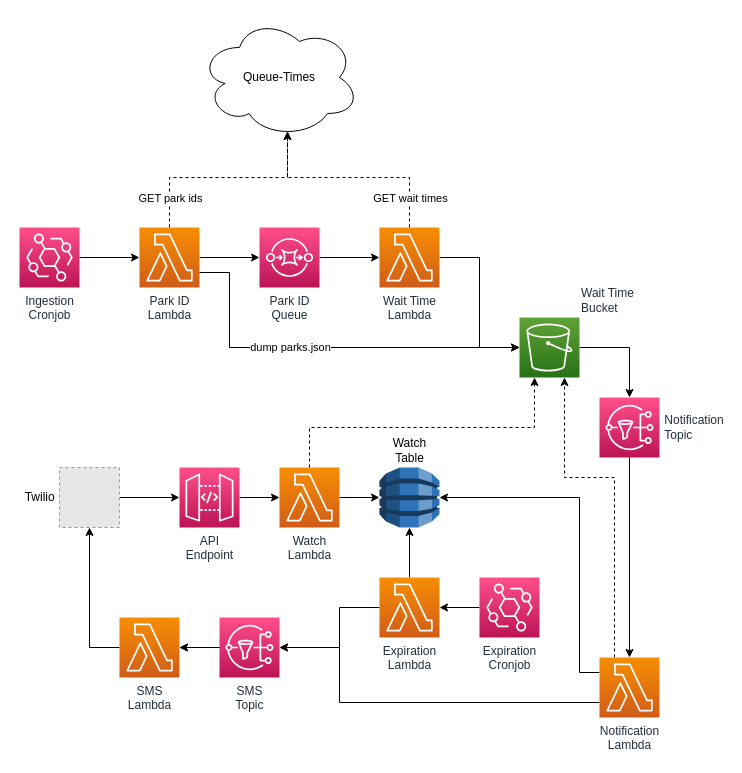
This is docs/chaindog.drawio from caseyjohnsonwv/chaindog, a draw.io file, before an edit. Source tidied: cells renumbered, new cells numbered last; positions are measured from the earlier drawing's top-left corner, leaving out a move shared by most shapes. Both pictures are drawn from the tidied source at 100%, with x=0, y=0 at pixel (19, 17). Pictures stored in the file or linked from it are replaced by grey dashed boxes.
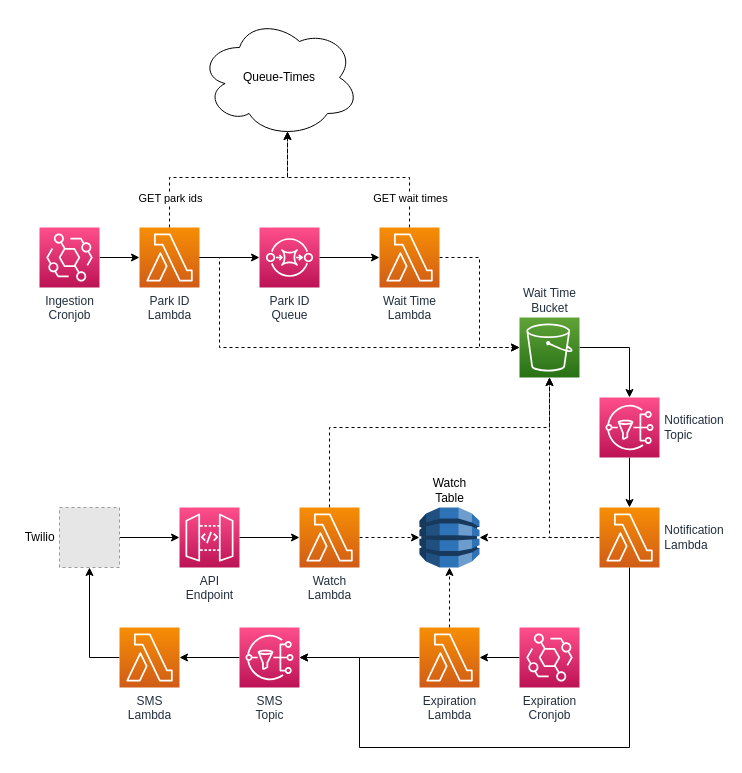
After the change.

The change refers to these unchanged cells:
```xml
<mxCell id="13" value="Park ID&lt;br&gt;Lambda" style="sketch=0;points=[[0,0,0],[0.25,0,0],[0.5,0,0],[0.75,0,0],[1,0,0],[0,1,0],[0.25,1,0],[0.5,1,0],[0.75,1,0],[1,1,0],[0,0.25,0],[0,0.5,0],[0,0.75,0],[1,0.25,0],[1,0.5,0],[1,0.75,0]];outlineConnect=0;fontColor=#232F3E;gradientColor=#F78E04;gradientDirection=north;fillColor=#D05C17;strokeColor=#ffffff;dashed=0;verticalLabelPosition=bottom;verticalAlign=top;align=center;html=1;fontSize=12;fontStyle=0;shape=mxgraph.aws4.resourceIcon;resIcon=mxgraph.aws4.lambda;strokeWidth=5;" parent="1" vertex="1">
  <mxGeometry x="120" y="210" width="60" height="60" as="geometry" />
</mxCell>
<mxCell id="18" value="Wait Time&lt;br&gt;Lambda" style="sketch=0;points=[[0,0,0],[0.25,0,0],[0.5,0,0],[0.75,0,0],[1,0,0],[0,1,0],[0.25,1,0],[0.5,1,0],[0.75,1,0],[1,1,0],[0,0.25,0],[0,0.5,0],[0,0.75,0],[1,0.25,0],[1,0.5,0],[1,0.75,0]];outlineConnect=0;fontColor=#232F3E;gradientColor=#F78E04;gradientDirection=north;fillColor=#D05C17;strokeColor=#ffffff;dashed=0;verticalLabelPosition=bottom;verticalAlign=top;align=center;html=1;fontSize=12;fontStyle=0;shape=mxgraph.aws4.resourceIcon;resIcon=mxgraph.aws4.lambda;strokeWidth=5;" parent="1" vertex="1">
  <mxGeometry x="360" y="210" width="60" height="60" as="geometry" />
</mxCell>
```

Change to the diagram source:
```diff
@@
-    <mxCell id="4" value="Wait Time&lt;br&gt;Bucket" style="sketch=0;points=[[0,0,0],[0.25,0,0],[0.5,0,0],[0.75,0,0],[1,0,0],[0,1,0],[0.25,1,0],[0.5,1,0],[0.75,1,0],[1,1,0],[0,0.25,0],[0,0.5,0],[0,0.75,0],[1,0.25,0],[1,0.5,0],[1,0.75,0]];outlineConnect=0;fontColor=#232F3E;gradientColor=#60A337;gradientDirection=north;fillColor=#277116;strokeColor=#ffffff;dashed=0;verticalLabelPosition=top;verticalAlign=bottom;align=left;html=1;fontSize=12;fontStyle=0;shape=mxgraph.aws4.resourceIcon;resIcon=mxgraph.aws4.s3;labelPosition=right;strokeWidth=5;" parent="1" vertex="1">
+    <mxCell id="4" value="Wait Time&lt;br&gt;Bucket" style="sketch=0;points=[[0,0,0],[0.25,0,0],[0.5,0,0],[0.75,0,0],[1,0,0],[0,1,0],[0.25,1,0],[0.5,1,0],[0.75,1,0],[1,1,0],[0,0.25,0],[0,0.5,0],[0,0.75,0],[1,0.25,0],[1,0.5,0],[1,0.75,0]];outlineConnect=0;fontColor=#232F3E;gradientColor=#60A337;gradientDirection=north;fillColor=#277116;strokeColor=#ffffff;dashed=0;verticalLabelPosition=top;verticalAlign=bottom;align=center;html=1;fontSize=12;fontStyle=0;shape=mxgraph.aws4.resourceIcon;resIcon=mxgraph.aws4.s3;labelPosition=center;strokeWidth=5;" parent="1" vertex="1">
       <mxGeometry x="500" y="300" width="60" height="60" as="geometry" />
     </mxCell>
@@
     <mxCell id="6" value="Ingestion&lt;br&gt;Cronjob" style="sketch=0;points=[[0,0,0],[0.25,0,0],[0.5,0,0],[0.75,0,0],[1,0,0],[0,1,0],[0.25,1,0],[0.5,1,0],[0.75,1,0],[1,1,0],[0,0.25,0],[0,0.5,0],[0,0.75,0],[1,0.25,0],[1,0.5,0],[1,0.75,0]];outlineConnect=0;fontColor=#232F3E;gradientColor=#FF4F8B;gradientDirection=north;fillColor=#BC1356;strokeColor=#ffffff;dashed=0;verticalLabelPosition=bottom;verticalAlign=top;align=center;html=1;fontSize=12;fontStyle=0;shape=mxgraph.aws4.resourceIcon;resIcon=mxgraph.aws4.eventbridge;strokeWidth=5;" parent="1" vertex="1">
-      <mxGeometry y="210" width="60" height="60" as="geometry" />
+      <mxGeometry x="20" y="210" width="60" height="60" as="geometry" />
     </mxCell>
@@
     <mxCell id="8" value="API&lt;br&gt;Endpoint" style="sketch=0;points=[[0,0,0],[0.25,0,0],[0.5,0,0],[0.75,0,0],[1,0,0],[0,1,0],[0.25,1,0],[0.5,1,0],[0.75,1,0],[1,1,0],[0,0.25,0],[0,0.5,0],[0,0.75,0],[1,0.25,0],[1,0.5,0],[1,0.75,0]];outlineConnect=0;fontColor=#232F3E;gradientColor=#FF4F8B;gradientDirection=north;fillColor=#BC1356;strokeColor=#ffffff;dashed=0;verticalLabelPosition=bottom;verticalAlign=top;align=center;html=1;fontSize=12;fontStyle=0;shape=mxgraph.aws4.resourceIcon;resIcon=mxgraph.aws4.api_gateway;" parent="1" vertex="1">
-      <mxGeometry x="160" y="450" width="60" height="60" as="geometry" />
+      <mxGeometry x="160" y="490" width="60" height="60" as="geometry" />
     </mxCell>
-    <mxCell id="9" style="edgeStyle=orthogonalEdgeStyle;rounded=0;jettySize=auto;html=1;exitX=1;exitY=0.5;exitDx=0;exitDy=0;exitPerimeter=0;entryX=0;entryY=0.5;entryDx=0;entryDy=0;entryPerimeter=0;startArrow=none;startFill=0;" parent="1" edge="1" source="30" target="36">
+    <mxCell id="9" style="edgeStyle=orthogonalEdgeStyle;rounded=0;jettySize=auto;html=1;exitX=1;exitY=0.5;exitDx=0;exitDy=0;exitPerimeter=0;entryX=0;entryY=0.5;entryDx=0;entryDy=0;entryPerimeter=0;startArrow=none;startFill=0;dashed=1;" parent="1" edge="1" source="30" target="36">
       <mxGeometry relative="1" as="geometry" />
     </mxCell>
@@
-    <mxCell id="15" style="edgeStyle=orthogonalEdgeStyle;rounded=0;jettySize=auto;html=1;exitX=1;exitY=0.5;exitDx=0;exitDy=0;exitPerimeter=0;entryX=0;entryY=0.5;entryDx=0;entryDy=0;entryPerimeter=0;" parent="1" edge="1" source="18" target="4">
-      <mxGeometry relative="1" as="geometry" />
+    <mxCell id="15" style="edgeStyle=orthogonalEdgeStyle;rounded=0;jettySize=auto;html=1;exitX=1;exitY=0.5;exitDx=0;exitDy=0;exitPerimeter=0;entryX=0;entryY=0.5;entryDx=0;entryDy=0;entryPerimeter=0;dashed=1;" parent="1" edge="1" source="18" target="4">
+      <mxGeometry relative="1" as="geometry">
+        <Array as="points">
+          <mxPoint x="460" y="240" />
+          <mxPoint x="460" y="330" />
+        </Array>
+      </mxGeometry>
     </mxCell>
@@
     <mxCell id="20" value="Twilio&amp;nbsp;" style="fillColor=#E6E6E6;strokeColor=#999999;dashed=1;html=1;verticalAlign=middle;verticalLabelPosition=middle;labelBackgroundColor=#ffffff;labelPosition=left;align=right;" parent="1" vertex="1">
-      <mxGeometry x="40" y="450" width="60" height="60" as="geometry" />
+      <mxGeometry x="40" y="490" width="60" height="60" as="geometry" />
     </mxCell>
@@
+    <mxCell id="24" style="edgeStyle=orthogonalEdgeStyle;rounded=0;jettySize=auto;html=1;exitX=0;exitY=0.5;exitDx=0;exitDy=0;exitPerimeter=0;dashed=1;" parent="1" edge="1" source="26">
+      <mxGeometry relative="1" as="geometry">
+        <mxPoint x="530" y="360" as="targetPoint" />
+        <Array as="points">
+          <mxPoint x="530" y="520" />
+        </Array>
+      </mxGeometry>
+    </mxCell>
+    <mxCell id="25" style="edgeLabel;html=1;align=center;verticalAlign=middle;" parent="24" vertex="1">
+      <mxGeometry x="0.24" relative="1" as="geometry" />
+    </mxCell>
-    <mxCell id="22" style="rounded=0;jettySize=auto;html=1;exitX=0;exitY=0.75;exitDx=0;exitDy=0;exitPerimeter=0;entryX=1;entryY=0.5;entryDx=0;entryDy=0;entryPerimeter=0;edgeStyle=orthogonalEdgeStyle;" parent="1" edge="1" source="26" target="43">
+    <mxCell id="22" style="edgeStyle=orthogonalEdgeStyle;rounded=0;jettySize=auto;html=1;exitX=0.5;exitY=1;exitDx=0;exitDy=0;exitPerimeter=0;entryX=1;entryY=0.5;entryDx=0;entryDy=0;entryPerimeter=0;" parent="1" edge="1" source="26" target="43">
       <mxGeometry relative="1" as="geometry">
         <Array as="points">
-          <mxPoint x="320" y="685" />
-          <mxPoint x="320" y="630" />
+          <mxPoint x="610" y="730" />
+          <mxPoint x="340" y="730" />
+          <mxPoint x="340" y="640" />
         </Array>
       </mxGeometry>
     </mxCell>
-    <mxCell id="23" style="edgeStyle=orthogonalEdgeStyle;rounded=0;jettySize=auto;html=1;exitX=0;exitY=0.25;exitDx=0;exitDy=0;exitPerimeter=0;entryX=1;entryY=0.5;entryDx=0;entryDy=0;entryPerimeter=0;" parent="1" edge="1" source="26" target="36">
+    <mxCell id="23" style="edgeStyle=orthogonalEdgeStyle;rounded=0;jettySize=auto;html=1;exitX=0;exitY=0.5;exitDx=0;exitDy=0;exitPerimeter=0;entryX=1;entryY=0.5;entryDx=0;entryDy=0;entryPerimeter=0;dashed=1;" parent="1" edge="1" source="26" target="36">
       <mxGeometry relative="1" as="geometry">
         <Array as="points">
-          <mxPoint x="560" y="655" />
-          <mxPoint x="560" y="480" />
+          <mxPoint x="500" y="520" />
+          <mxPoint x="500" y="520" />
         </Array>
       </mxGeometry>
     </mxCell>
-    <mxCell id="24" style="edgeStyle=orthogonalEdgeStyle;rounded=0;jettySize=auto;html=1;exitX=0.25;exitY=0;exitDx=0;exitDy=0;exitPerimeter=0;entryX=0.75;entryY=1;entryDx=0;entryDy=0;entryPerimeter=0;dashed=1;" parent="1" edge="1" source="26" target="4">
-      <mxGeometry relative="1" as="geometry">
-        <Array as="points">
-          <mxPoint x="595" y="460" />
-          <mxPoint x="545" y="460" />
-        </Array>
-      </mxGeometry>
-    </mxCell>
-    <mxCell id="25" style="edgeLabel;html=1;align=center;verticalAlign=middle;" parent="24" vertex="1">
-      <mxGeometry x="0.24" relative="1" as="geometry" />
-    </mxCell>
-    <mxCell id="26" value="Notification&lt;br&gt;Lambda" style="sketch=0;points=[[0,0,0],[0.25,0,0],[0.5,0,0],[0.75,0,0],[1,0,0],[0,1,0],[0.25,1,0],[0.5,1,0],[0.75,1,0],[1,1,0],[0,0.25,0],[0,0.5,0],[0,0.75,0],[1,0.25,0],[1,0.5,0],[1,0.75,0]];outlineConnect=0;fontColor=#232F3E;gradientColor=#F78E04;gradientDirection=north;fillColor=#D05C17;strokeColor=#ffffff;dashed=0;verticalLabelPosition=bottom;verticalAlign=top;align=center;html=1;fontSize=12;fontStyle=0;shape=mxgraph.aws4.resourceIcon;resIcon=mxgraph.aws4.lambda;labelPosition=center;strokeWidth=5;" parent="1" vertex="1">
-      <mxGeometry x="580" y="640" width="60" height="60" as="geometry" />
+    <mxCell id="26" value="&amp;nbsp;Notification&lt;br&gt;&amp;nbsp;Lambda" style="sketch=0;points=[[0,0,0],[0.25,0,0],[0.5,0,0],[0.75,0,0],[1,0,0],[0,1,0],[0.25,1,0],[0.5,1,0],[0.75,1,0],[1,1,0],[0,0.25,0],[0,0.5,0],[0,0.75,0],[1,0.25,0],[1,0.5,0],[1,0.75,0]];outlineConnect=0;fontColor=#232F3E;gradientColor=#F78E04;gradientDirection=north;fillColor=#D05C17;strokeColor=#ffffff;dashed=0;verticalLabelPosition=middle;verticalAlign=middle;align=left;html=1;fontSize=12;fontStyle=0;shape=mxgraph.aws4.resourceIcon;resIcon=mxgraph.aws4.lambda;labelPosition=right;strokeWidth=5;" parent="1" vertex="1">
+      <mxGeometry x="580" y="490" width="60" height="60" as="geometry" />
     </mxCell>
@@
-    <mxCell id="29" style="rounded=0;jettySize=auto;html=1;exitX=0.5;exitY=0;exitDx=0;exitDy=0;exitPerimeter=0;entryX=0.25;entryY=1;entryDx=0;entryDy=0;entryPerimeter=0;dashed=1;edgeStyle=orthogonalEdgeStyle;" parent="1" edge="1" source="30" target="4">
+    <mxCell id="29" style="rounded=0;jettySize=auto;html=1;exitX=0.5;exitY=0;exitDx=0;exitDy=0;exitPerimeter=0;entryX=0.5;entryY=1;entryDx=0;entryDy=0;entryPerimeter=0;dashed=1;edgeStyle=orthogonalEdgeStyle;" parent="1" edge="1" source="30" target="4">
       <mxGeometry relative="1" as="geometry">
         <Array as="points">
-          <mxPoint x="290" y="410" />
-          <mxPoint x="515" y="410" />
+          <mxPoint x="310" y="410" />
+          <mxPoint x="530" y="410" />
         </Array>
       </mxGeometry>
     </mxCell>
     <mxCell id="30" value="Watch&lt;br&gt;Lambda" style="sketch=0;points=[[0,0,0],[0.25,0,0],[0.5,0,0],[0.75,0,0],[1,0,0],[0,1,0],[0.25,1,0],[0.5,1,0],[0.75,1,0],[1,1,0],[0,0.25,0],[0,0.5,0],[0,0.75,0],[1,0.25,0],[1,0.5,0],[1,0.75,0]];outlineConnect=0;fontColor=#232F3E;gradientColor=#F78E04;gradientDirection=north;fillColor=#D05C17;strokeColor=#ffffff;dashed=0;verticalLabelPosition=bottom;verticalAlign=top;align=center;html=1;fontSize=12;fontStyle=0;shape=mxgraph.aws4.resourceIcon;resIcon=mxgraph.aws4.lambda;" parent="1" vertex="1">
-      <mxGeometry x="260" y="450" width="60" height="60" as="geometry" />
+      <mxGeometry x="280" y="490" width="60" height="60" as="geometry" />
     </mxCell>
-    <mxCell id="31" style="edgeStyle=orthogonalEdgeStyle;rounded=0;jettySize=auto;html=1;exitX=0;exitY=0.5;exitDx=0;exitDy=0;exitPerimeter=0;entryX=1;entryY=0.5;entryDx=0;entryDy=0;entryPerimeter=0;startArrow=none;" parent="1" edge="1" source="43" target="33">
-      <mxGeometry relative="1" as="geometry" />
-    </mxCell>
@@
     <mxCell id="33" value="SMS&lt;br&gt;Lambda" style="sketch=0;points=[[0,0,0],[0.25,0,0],[0.5,0,0],[0.75,0,0],[1,0,0],[0,1,0],[0.25,1,0],[0.5,1,0],[0.75,1,0],[1,1,0],[0,0.25,0],[0,0.5,0],[0,0.75,0],[1,0.25,0],[1,0.5,0],[1,0.75,0]];outlineConnect=0;fontColor=#232F3E;gradientColor=#F78E04;gradientDirection=north;fillColor=#D05C17;strokeColor=#ffffff;dashed=0;verticalLabelPosition=bottom;verticalAlign=top;align=center;html=1;fontSize=12;fontStyle=0;shape=mxgraph.aws4.resourceIcon;resIcon=mxgraph.aws4.lambda;" parent="1" vertex="1">
-      <mxGeometry x="100" y="600" width="60" height="60" as="geometry" />
+      <mxGeometry x="100" y="610" width="60" height="60" as="geometry" />
     </mxCell>
-    <mxCell id="34" style="edgeStyle=orthogonalEdgeStyle;rounded=0;jettySize=auto;html=1;exitX=1;exitY=0.75;exitDx=0;exitDy=0;exitPerimeter=0;entryX=0;entryY=0.5;entryDx=0;entryDy=0;entryPerimeter=0;" parent="1" edge="1" source="13" target="4">
+    <mxCell id="34" style="edgeStyle=orthogonalEdgeStyle;rounded=0;jettySize=auto;html=1;exitX=1;exitY=0.5;exitDx=0;exitDy=0;exitPerimeter=0;entryX=0;entryY=0.5;entryDx=0;entryDy=0;entryPerimeter=0;dashed=1;" parent="1" edge="1" source="13" target="4">
       <mxGeometry relative="1" as="geometry">
         <Array as="points">
-          <mxPoint x="210" y="255" />
-          <mxPoint x="210" y="330" />
+          <mxPoint x="200" y="240" />
+          <mxPoint x="200" y="330" />
         </Array>
       </mxGeometry>
     </mxCell>
-    <mxCell id="35" value="dump parks.json" style="edgeLabel;html=1;align=center;verticalAlign=middle;" parent="34" vertex="1">
-      <mxGeometry x="-0.48" y="-1" relative="1" as="geometry">
-        <mxPoint x="61" y="1" as="offset" />
-      </mxGeometry>
-    </mxCell>
     <mxCell id="36" value="Watch&lt;br&gt;Table" style="outlineConnect=0;dashed=0;verticalLabelPosition=top;verticalAlign=bottom;align=center;html=1;shape=mxgraph.aws3.dynamo_db;fillColor=#2E73B8;gradientColor=none;labelPosition=center;strokeWidth=5;" parent="1" vertex="1">
-      <mxGeometry x="360" y="450" width="60" height="60" as="geometry" />
+      <mxGeometry x="400" y="490" width="60" height="60" as="geometry" />
     </mxCell>
+    <mxCell id="44" style="edgeStyle=orthogonalEdgeStyle;rounded=0;jettySize=auto;html=1;exitX=0;exitY=0.5;exitDx=0;exitDy=0;exitPerimeter=0;entryX=1;entryY=0.5;entryDx=0;entryDy=0;entryPerimeter=0;" parent="1" edge="1" source="43" target="33">
+      <mxGeometry relative="1" as="geometry" />
+    </mxCell>
+    <mxCell id="43" value="SMS&lt;br&gt;Topic" style="sketch=0;points=[[0,0,0],[0.25,0,0],[0.5,0,0],[0.75,0,0],[1,0,0],[0,1,0],[0.25,1,0],[0.5,1,0],[0.75,1,0],[1,1,0],[0,0.25,0],[0,0.5,0],[0,0.75,0],[1,0.25,0],[1,0.5,0],[1,0.75,0]];outlineConnect=0;fontColor=#232F3E;gradientColor=#FF4F8B;gradientDirection=north;fillColor=#BC1356;strokeColor=#ffffff;dashed=0;verticalLabelPosition=bottom;verticalAlign=top;align=center;html=1;fontSize=12;fontStyle=0;shape=mxgraph.aws4.resourceIcon;resIcon=mxgraph.aws4.sns;labelPosition=center;strokeWidth=5;" parent="1" vertex="1">
+      <mxGeometry x="220" y="610" width="60" height="60" as="geometry" />
+    </mxCell>
@@
-    <mxCell id="38" value="Expiration&lt;br&gt;Cronjob" style="sketch=0;points=[[0,0,0],[0.25,0,0],[0.5,0,0],[0.75,0,0],[1,0,0],[0,1,0],[0.25,1,0],[0.5,1,0],[0.75,1,0],[1,1,0],[0,0.25,0],[0,0.5,0],[0,0.75,0],[1,0.25,0],[1,0.5,0],[1,0.75,0]];outlineConnect=0;fontColor=#232F3E;gradientColor=#FF4F8B;gradientDirection=north;fillColor=#BC1356;strokeColor=#ffffff;dashed=0;verticalLabelPosition=bottom;verticalAlign=top;align=center;html=1;fontSize=12;fontStyle=0;shape=mxgraph.aws4.resourceIcon;resIcon=mxgraph.aws4.eventbridge;" parent="1" vertex="1">
-      <mxGeometry x="460" y="560" width="60" height="60" as="geometry" />
+    <mxCell id="38" value="Expiration&lt;br&gt;Cronjob" style="sketch=0;points=[[0,0,0],[0.25,0,0],[0.5,0,0],[0.75,0,0],[1,0,0],[0,1,0],[0.25,1,0],[0.5,1,0],[0.75,1,0],[1,1,0],[0,0.25,0],[0,0.5,0],[0,0.75,0],[1,0.25,0],[1,0.5,0],[1,0.75,0]];outlineConnect=0;fontColor=#232F3E;gradientColor=#FF4F8B;gradientDirection=north;fillColor=#BC1356;strokeColor=#ffffff;dashed=0;verticalLabelPosition=bottom;verticalAlign=top;align=center;html=1;fontSize=12;fontStyle=0;shape=mxgraph.aws4.resourceIcon;resIcon=mxgraph.aws4.eventbridge;strokeWidth=5;" parent="1" vertex="1">
+      <mxGeometry x="500" y="610" width="60" height="60" as="geometry" />
     </mxCell>
+    <mxCell id="40" style="edgeStyle=orthogonalEdgeStyle;rounded=0;jettySize=auto;html=1;exitX=0.5;exitY=0;exitDx=0;exitDy=0;exitPerimeter=0;entryX=0.5;entryY=1;entryDx=0;entryDy=0;entryPerimeter=0;dashed=1;" parent="1" edge="1" source="41" target="36">
+      <mxGeometry relative="1" as="geometry" />
+    </mxCell>
-    <mxCell id="39" style="rounded=0;jettySize=auto;html=1;exitX=0;exitY=0.5;exitDx=0;exitDy=0;exitPerimeter=0;entryX=1;entryY=0.5;entryDx=0;entryDy=0;entryPerimeter=0;edgeStyle=orthogonalEdgeStyle;" parent="1" edge="1" source="41" target="43">
-      <mxGeometry relative="1" as="geometry">
-        <Array as="points">
-          <mxPoint x="320" y="590" />
-          <mxPoint x="320" y="630" />
-        </Array>
-      </mxGeometry>
+    <mxCell id="39" style="edgeStyle=orthogonalEdgeStyle;rounded=0;jettySize=auto;html=1;exitX=0;exitY=0.5;exitDx=0;exitDy=0;exitPerimeter=0;entryX=1;entryY=0.5;entryDx=0;entryDy=0;entryPerimeter=0;" parent="1" edge="1" source="41" target="43">
+      <mxGeometry relative="1" as="geometry" />
     </mxCell>
-    <mxCell id="40" style="edgeStyle=orthogonalEdgeStyle;rounded=0;jettySize=auto;html=1;exitX=0.5;exitY=0;exitDx=0;exitDy=0;exitPerimeter=0;entryX=0.5;entryY=1;entryDx=0;entryDy=0;entryPerimeter=0;" parent="1" edge="1" source="41" target="36">
-      <mxGeometry relative="1" as="geometry">
-        <Array as="points">
-          <mxPoint x="390" y="530" />
-          <mxPoint x="390" y="530" />
-        </Array>
-      </mxGeometry>
-    </mxCell>
-    <mxCell id="41" value="Expiration&lt;br&gt;Lambda" style="sketch=0;points=[[0,0,0],[0.25,0,0],[0.5,0,0],[0.75,0,0],[1,0,0],[0,1,0],[0.25,1,0],[0.5,1,0],[0.75,1,0],[1,1,0],[0,0.25,0],[0,0.5,0],[0,0.75,0],[1,0.25,0],[1,0.5,0],[1,0.75,0]];outlineConnect=0;fontColor=#232F3E;gradientColor=#F78E04;gradientDirection=north;fillColor=#D05C17;strokeColor=#ffffff;dashed=0;verticalLabelPosition=bottom;verticalAlign=top;align=center;html=1;fontSize=12;fontStyle=0;shape=mxgraph.aws4.resourceIcon;resIcon=mxgraph.aws4.lambda;labelPosition=center;" parent="1" vertex="1">
-      <mxGeometry x="360" y="560" width="60" height="60" as="geometry" />
+    <mxCell id="41" value="Expiration&lt;br&gt;Lambda" style="sketch=0;points=[[0,0,0],[0.25,0,0],[0.5,0,0],[0.75,0,0],[1,0,0],[0,1,0],[0.25,1,0],[0.5,1,0],[0.75,1,0],[1,1,0],[0,0.25,0],[0,0.5,0],[0,0.75,0],[1,0.25,0],[1,0.5,0],[1,0.75,0]];outlineConnect=0;fontColor=#232F3E;gradientColor=#F78E04;gradientDirection=north;fillColor=#D05C17;strokeColor=#ffffff;dashed=0;verticalLabelPosition=bottom;verticalAlign=top;align=center;html=1;fontSize=12;fontStyle=0;shape=mxgraph.aws4.resourceIcon;resIcon=mxgraph.aws4.lambda;labelPosition=center;strokeWidth=5;" parent="1" vertex="1">
+      <mxGeometry x="400" y="610" width="60" height="60" as="geometry" />
     </mxCell>
-    <mxCell id="42" style="edgeStyle=orthogonalEdgeStyle;rounded=0;jettySize=auto;html=1;exitX=0;exitY=0.5;exitDx=0;exitDy=0;exitPerimeter=0;" parent="1" edge="1" source="43" target="33">
-      <mxGeometry relative="1" as="geometry" />
-    </mxCell>
-    <mxCell id="43" value="SMS&lt;br&gt;Topic" style="sketch=0;points=[[0,0,0],[0.25,0,0],[0.5,0,0],[0.75,0,0],[1,0,0],[0,1,0],[0.25,1,0],[0.5,1,0],[0.75,1,0],[1,1,0],[0,0.25,0],[0,0.5,0],[0,0.75,0],[1,0.25,0],[1,0.5,0],[1,0.75,0]];outlineConnect=0;fontColor=#232F3E;gradientColor=#FF4F8B;gradientDirection=north;fillColor=#BC1356;strokeColor=#ffffff;dashed=0;verticalLabelPosition=bottom;verticalAlign=top;align=center;html=1;fontSize=12;fontStyle=0;shape=mxgraph.aws4.resourceIcon;resIcon=mxgraph.aws4.sns;labelPosition=center;strokeWidth=5;" parent="1" vertex="1">
-      <mxGeometry x="200" y="600" width="60" height="60" as="geometry" />
-    </mxCell>
```
